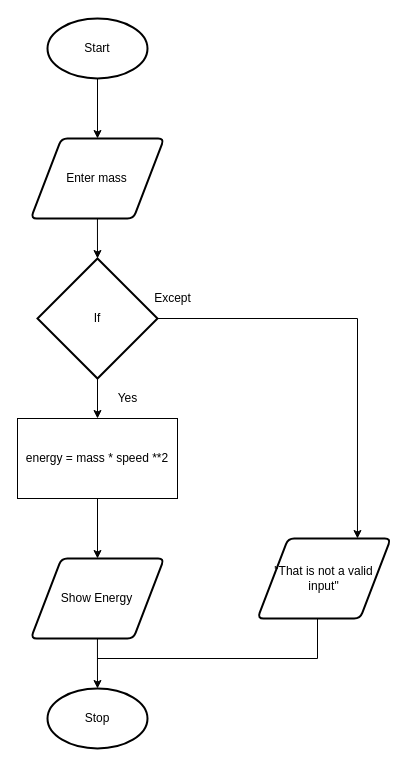
noah-mccaskill/ics4u-unit1-02-typescript keeps this draw.io diagram as drawio/flowchart.drawio. Above is the earlier version. Source tidied: cells renumbered, new cells numbered last; positions are measured from the earlier drawing's top-left corner, leaving out a move shared by most shapes. Both pictures are drawn from the tidied source at 100%, with x=0, y=0 at pixel (17, 18).
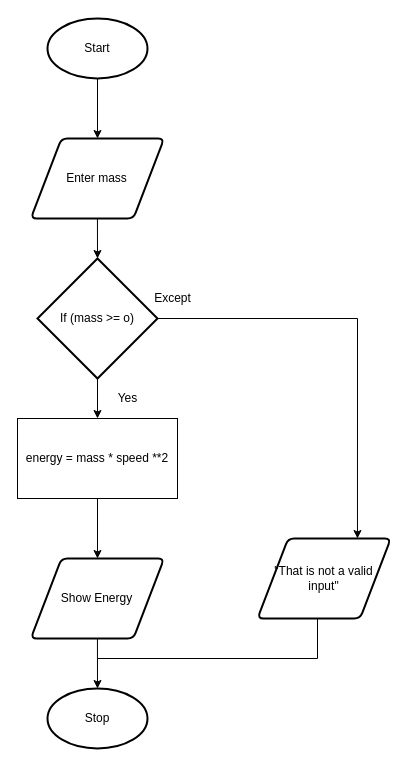
Above is the later version.

What changed in the source:
```diff
@@
-    <mxCell id="6" value="If" style="strokeWidth=2;html=1;shape=mxgraph.flowchart.decision;whiteSpace=wrap;" parent="1" vertex="1">
+    <mxCell id="6" value="If (mass &amp;gt;= o)" style="strokeWidth=2;html=1;shape=mxgraph.flowchart.decision;whiteSpace=wrap;" parent="1" vertex="1">
       <mxGeometry x="20" y="240" width="120" height="120" as="geometry" />
     </mxCell>
```
